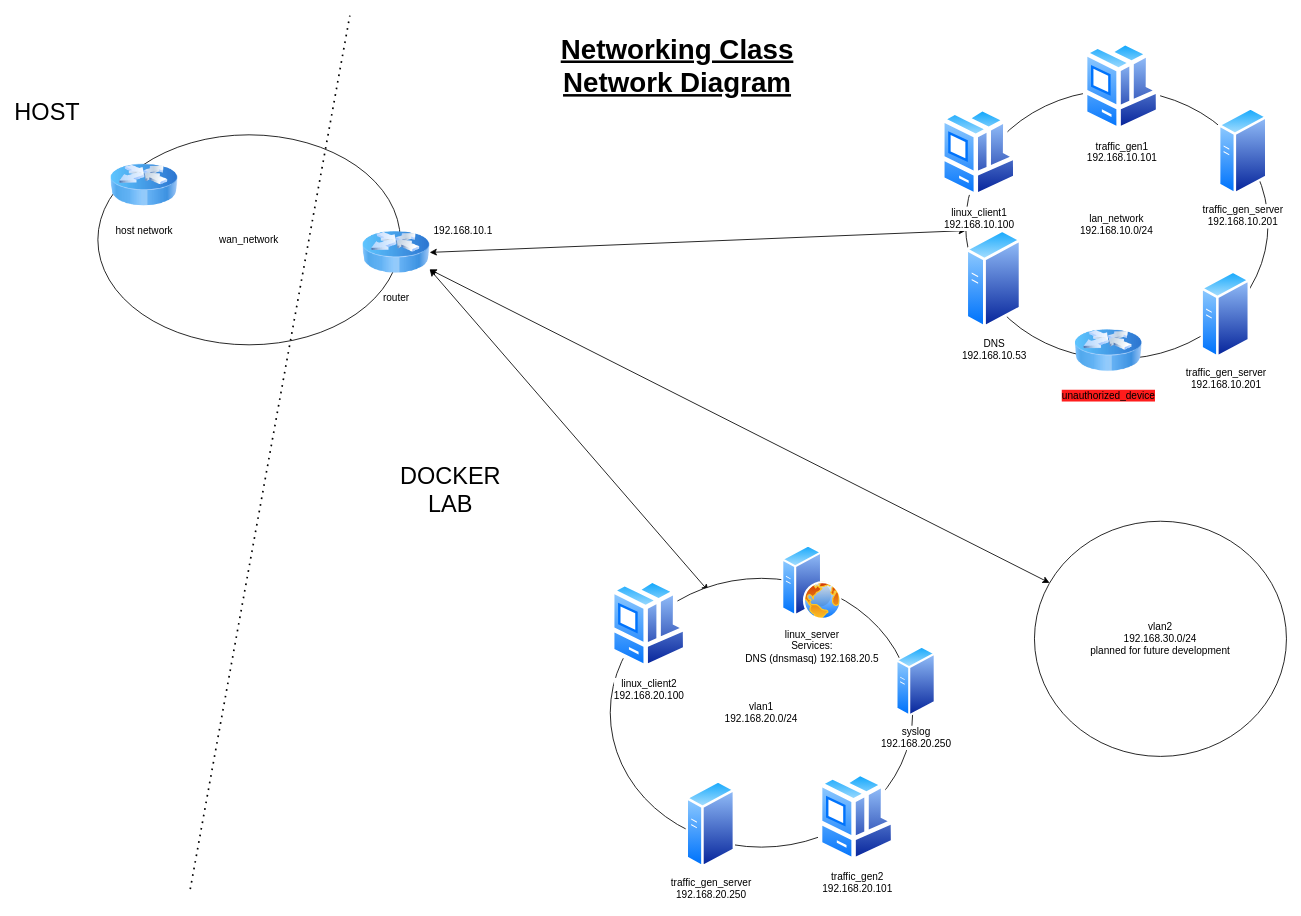
Earlier version of the draw.io diagram Networking Class January Drill/NetworkingLab.drawio (butgreg/Exercises). Source tidied: cells renumbered, new cells numbered last; positions are measured from the earlier drawing's top-left corner, leaving out a move shared by most shapes. Both pictures are drawn from the tidied source at 84%, with x=0, y=0 at pixel (22, 15).
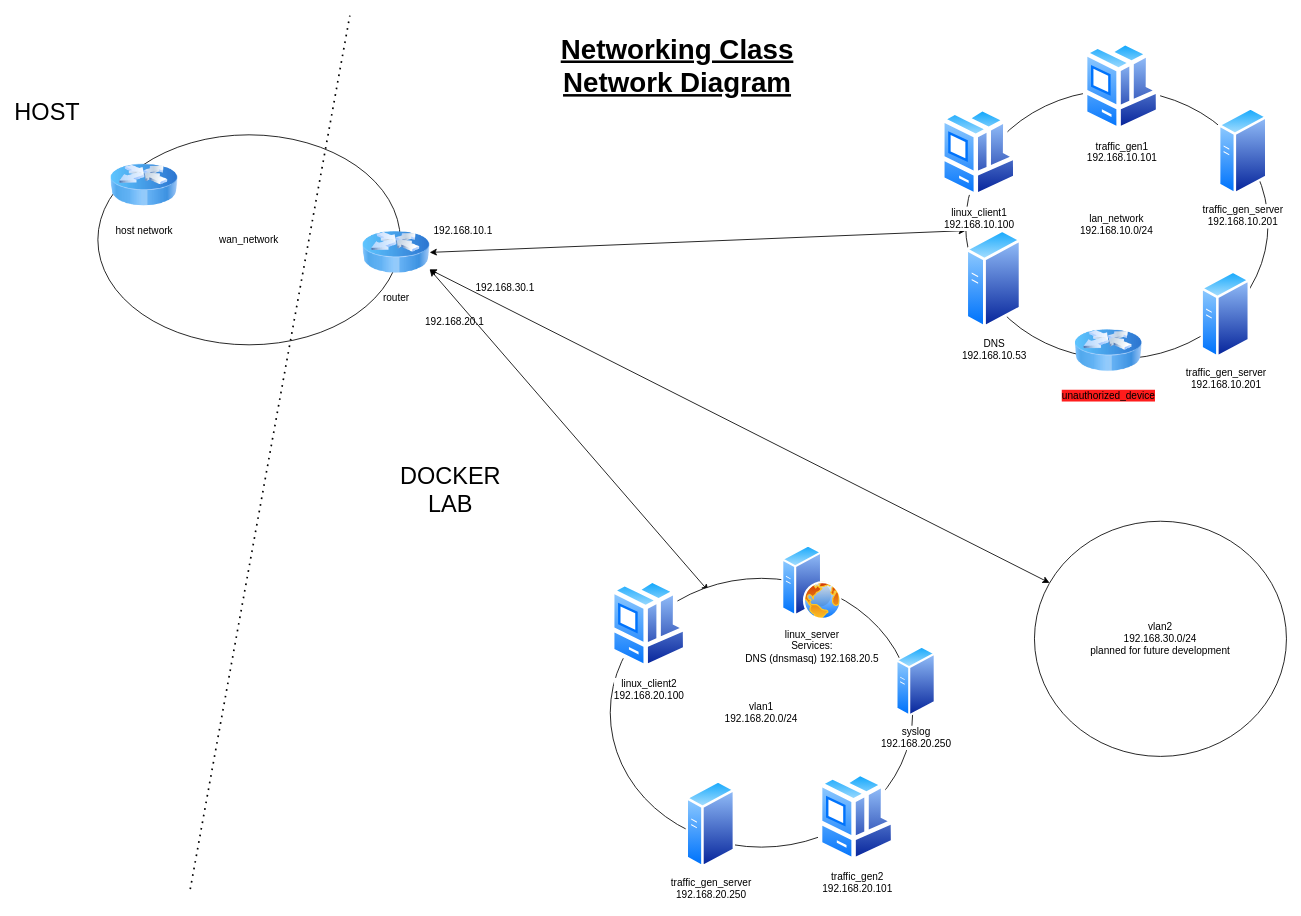
Above is the later version.

Change to the diagram source:
```diff
@@
+    <mxCell id="29" value="192.168.20.1" style="text;html=1;align=center;verticalAlign=middle;whiteSpace=wrap;rounded=0;" parent="1" vertex="1">
+      <mxGeometry x="485" y="350" width="60" height="30" as="geometry" />
+    </mxCell>
+    <mxCell id="30" value="192.168.30.1" style="text;html=1;align=center;verticalAlign=middle;whiteSpace=wrap;rounded=0;" parent="1" vertex="1">
+      <mxGeometry x="545" y="310" width="60" height="30" as="geometry" />
+    </mxCell>
```
